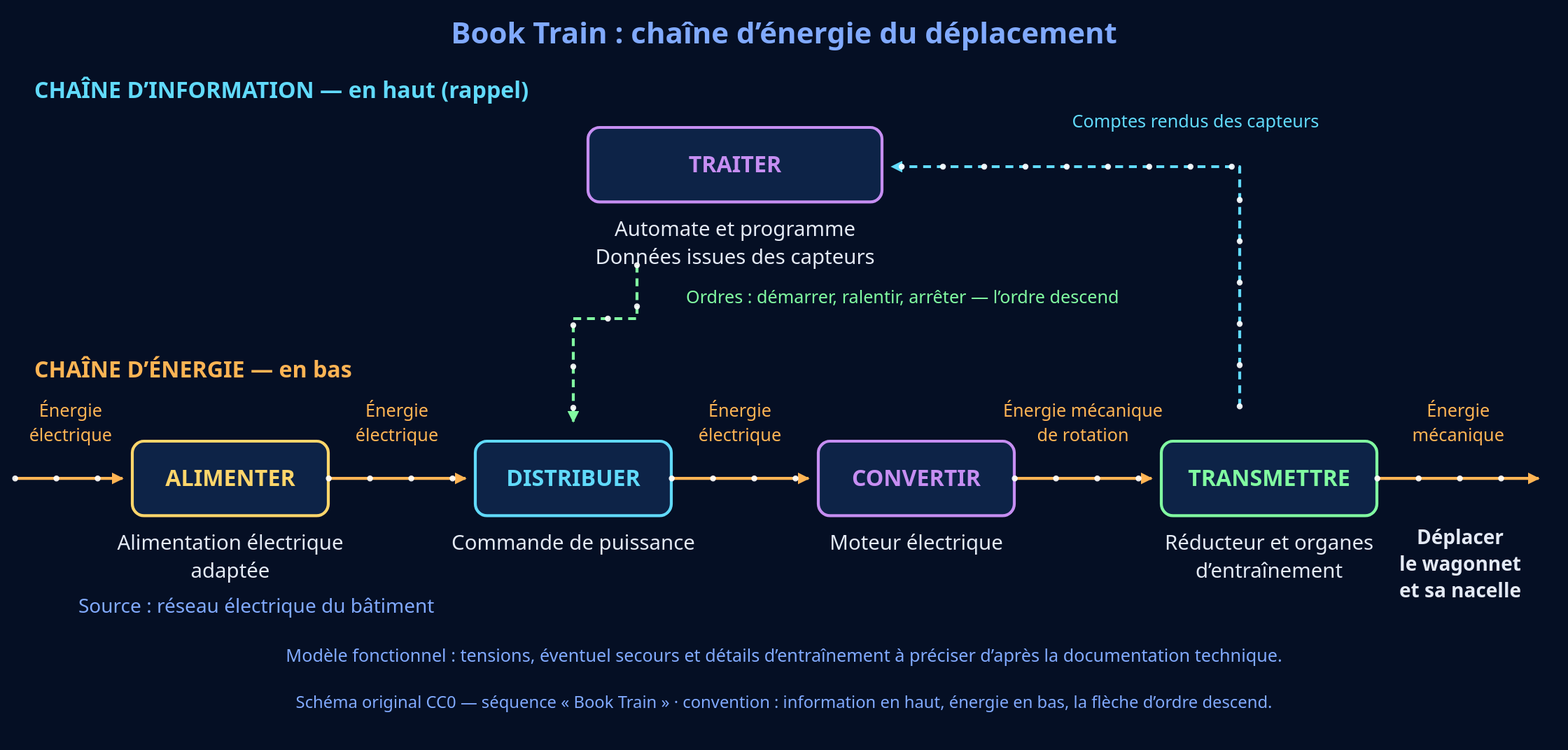
Above: theme-2-structure-fonctionnement-comportement/C4-decrire-et-caracteriser-lorganisation/4e/4e_C4.1_book-train/fichiers_drawio/chaine_energie_book-train.svg in PLL-process/en-ligne-pour-le-cycle-4 (draw.io), before the change. Source tidied: cells renumbered, new cells last; positions are measured from the earlier drawing's top-left corner, leaving out a move shared by most shapes.
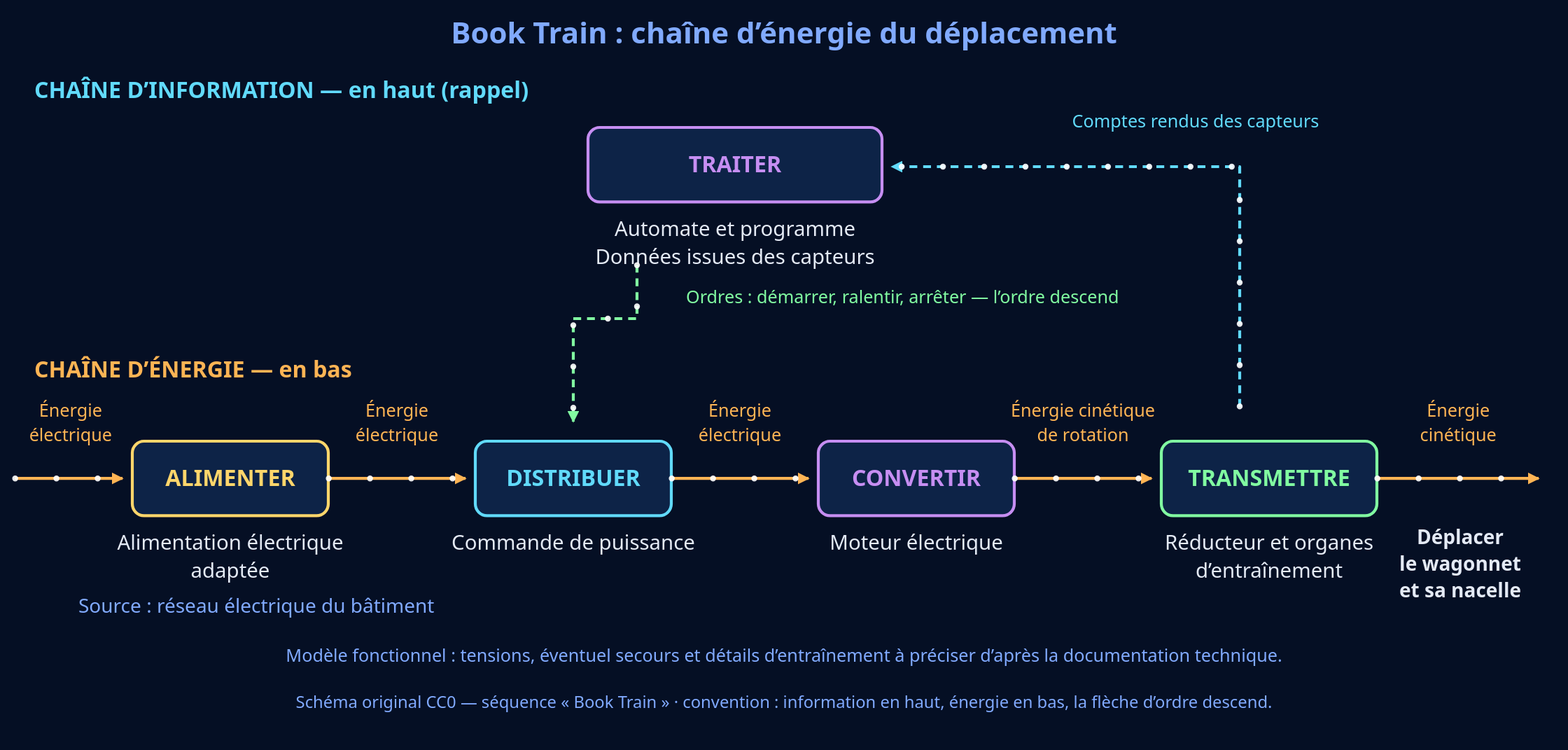
The same file after the commit.

Change to the diagram source:
```diff
@@ -102,7 +102,7 @@
         <mxPoint x="1161" y="474" as="targetPoint" />
       </mxGeometry>
     </mxCell>
-    <mxCell id="27" value="Énergie mécanique&#10;de rotation" style="text;html=0;whiteSpace=wrap;align=center;verticalAlign=middle;fontFamily=Arial;fontColor=#ffb454;fontSize=18;fontStyle=0;" parent="1" vertex="1">
+    <mxCell id="27" value="Énergie cinétique&#10;de rotation" style="text;html=0;whiteSpace=wrap;align=center;verticalAlign=middle;fontFamily=Arial;fontColor=#ffb454;fontSize=18;fontStyle=0;" parent="1" vertex="1">
       <mxGeometry x="996.3" y="393" width="189.5" height="50" as="geometry" />
     </mxCell>
     <mxCell id="28" style="edgeStyle=none;html=0;strokeColor=#ffb454;strokeWidth=3;endArrow=block;endFill=1;startArrow=none;dashed=0;flowAnimation=1;" parent="1" edge="1">
@@ -111,7 +111,7 @@
         <mxPoint x="1556" y="474" as="targetPoint" />
       </mxGeometry>
     </mxCell>
-    <mxCell id="29" value="Énergie&#10;mécanique" style="text;html=0;whiteSpace=wrap;align=center;verticalAlign=middle;fontFamily=Arial;fontColor=#ffb454;fontSize=18;fontStyle=0;" parent="1" vertex="1">
+    <mxCell id="29" value="Énergie&#10;cinétique" style="text;html=0;whiteSpace=wrap;align=center;verticalAlign=middle;fontFamily=Arial;fontColor=#ffb454;fontSize=18;fontStyle=0;" parent="1" vertex="1">
       <mxGeometry x="1421" y="393" width="106" height="50" as="geometry" />
     </mxCell>
     <mxCell id="30" value="Déplacer&#10;le wagonnet&#10;et sa nacelle" style="text;html=0;whiteSpace=wrap;align=center;verticalAlign=middle;fontFamily=Arial;fontColor=#e4eaf5;fontSize=20;fontStyle=1;" parent="1" vertex="1">
```
